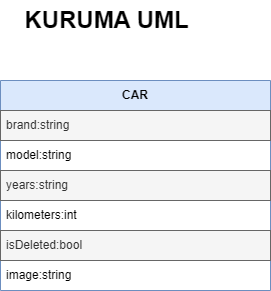
This is assets/uml.png from Tip-Grupo-6/kuruma-docs, a draw.io export, as it was before one commit. Source tidied: cells renumbered, new cells last; positions are measured from the earlier drawing's top-left corner, leaving out a move shared by most shapes.
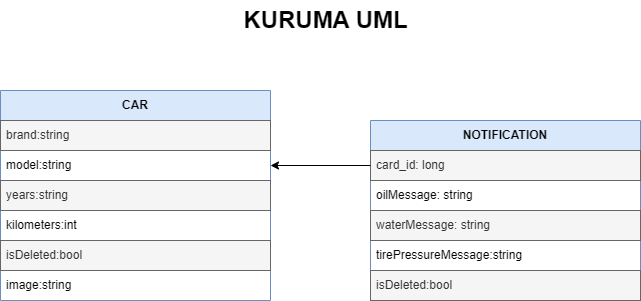
After the commit.

Commit message:
Upadte Architecture and UML

What changed in the source:
```diff
@@ -3,7 +3,7 @@
     <mxCell id="0" />
     <mxCell id="1" parent="0" />
     <mxCell id="2" value="&lt;span style=&quot;font-size: 24px;&quot;&gt;&lt;b&gt;KURUMA UML&lt;/b&gt;&lt;/span&gt;" style="text;html=1;align=center;verticalAlign=middle;strokeColor=none;fillColor=none;" parent="1" vertex="1">
-      <mxGeometry x="11" width="190" height="40" as="geometry" />
+      <mxGeometry x="230" y="-10" width="190" height="40" as="geometry" />
     </mxCell>
     <mxCell id="3" value="&lt;b&gt;CAR&lt;/b&gt;" style="swimlane;fontStyle=0;horizontal=1;startSize=30;whiteSpace=wrap;html=1;fillColor=#dae8fc;strokeColor=#6c8ebf;" parent="1" vertex="1">
       <mxGeometry y="80" width="270" height="210" as="geometry" />
@@ -26,5 +26,26 @@
     <mxCell id="9" value="image:string" style="text;strokeColor=none;fillColor=none;align=left;verticalAlign=middle;spacingLeft=4;spacingRight=4;overflow=hidden;whiteSpace=wrap;html=1;" parent="3" vertex="1">
       <mxGeometry y="180" width="270" height="30" as="geometry" />
     </mxCell>
+    <mxCell id="10" value="&lt;b&gt;NOTIFICATION&lt;/b&gt;" style="swimlane;fontStyle=0;horizontal=1;startSize=30;whiteSpace=wrap;html=1;fillColor=#dae8fc;strokeColor=#6c8ebf;" parent="1" vertex="1">
+      <mxGeometry x="370" y="110" width="270" height="180" as="geometry" />
+    </mxCell>
+    <mxCell id="11" value="card_id: long" style="text;strokeColor=#666666;fillColor=#f5f5f5;align=left;verticalAlign=middle;spacingLeft=4;spacingRight=4;overflow=hidden;points=[[0,0.5],[1,0.5]];portConstraint=eastwest;whiteSpace=wrap;html=1;fontColor=#333333;" parent="10" vertex="1">
+      <mxGeometry y="30" width="270" height="30" as="geometry" />
+    </mxCell>
+    <mxCell id="12" value="oilMessage: string" style="text;align=left;verticalAlign=middle;spacingLeft=4;spacingRight=4;overflow=hidden;whiteSpace=wrap;html=1;" parent="10" vertex="1">
+      <mxGeometry y="60" width="270" height="30" as="geometry" />
+    </mxCell>
+    <mxCell id="13" value="waterMessage: string" style="text;strokeColor=#666666;fillColor=#f5f5f5;align=left;verticalAlign=middle;spacingLeft=4;spacingRight=4;overflow=hidden;whiteSpace=wrap;html=1;fontColor=#333333;" parent="10" vertex="1">
+      <mxGeometry y="90" width="270" height="30" as="geometry" />
+    </mxCell>
+    <mxCell id="14" value="tirePressureMessage:string" style="text;strokeColor=none;fillColor=none;align=left;verticalAlign=middle;spacingLeft=4;spacingRight=4;overflow=hidden;whiteSpace=wrap;html=1;" parent="10" vertex="1">
+      <mxGeometry y="120" width="270" height="30" as="geometry" />
+    </mxCell>
+    <mxCell id="15" value="isDeleted:bool" style="text;strokeColor=#666666;fillColor=#f5f5f5;align=left;verticalAlign=middle;spacingLeft=4;spacingRight=4;overflow=hidden;whiteSpace=wrap;html=1;fontColor=#333333;" parent="10" vertex="1">
+      <mxGeometry y="150" width="270" height="30" as="geometry" />
+    </mxCell>
+    <mxCell id="16" style="edgeStyle=orthogonalEdgeStyle;rounded=0;jettySize=auto;html=1;" parent="1" edge="1" source="11" target="5">
+      <mxGeometry relative="1" as="geometry" />
+    </mxCell>
   </root>
 </mxGraphModel>
```
